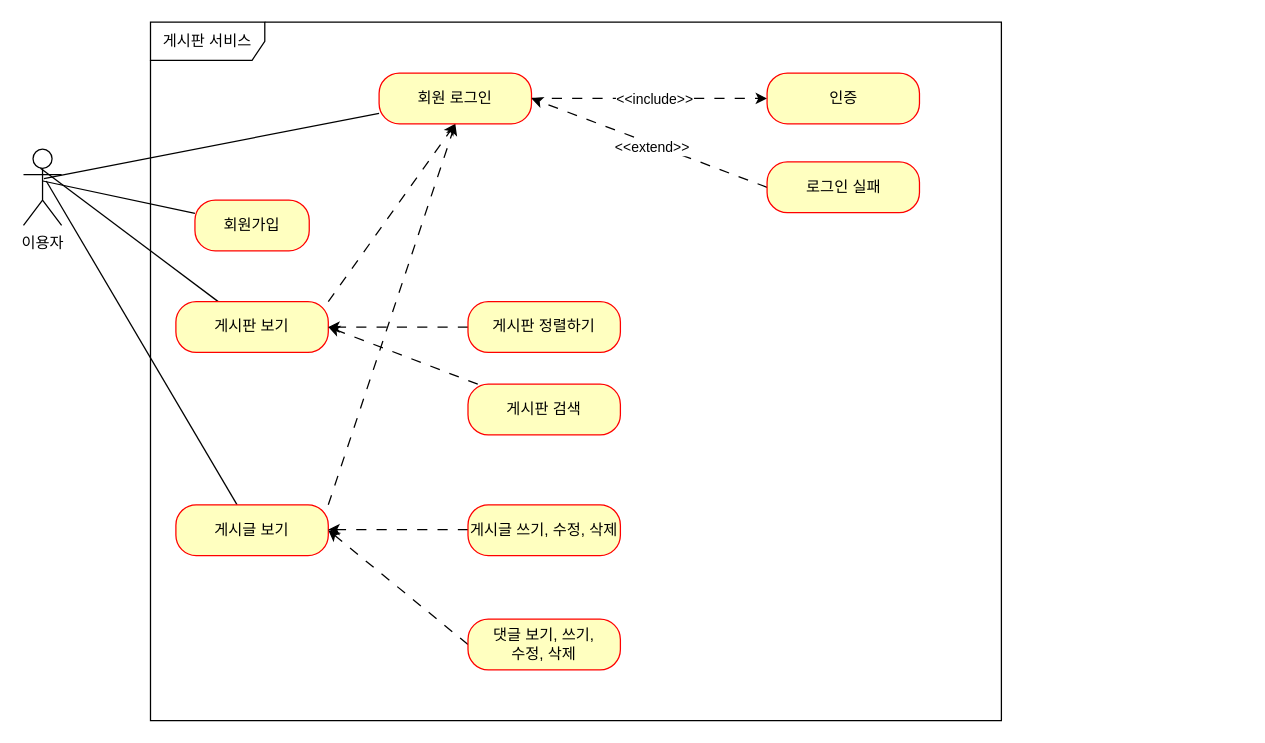
Before: document/제목 없는 다이어그램.drawio in mun9769/spring-board-project, a draw.io diagram. Source tidied: cells renumbered, new cells numbered last; positions are measured from the earlier drawing's top-left corner, leaving out a move shared by most shapes. Both pictures are drawn from the tidied source at 127%, with x=0, y=0 at pixel (23, 22).
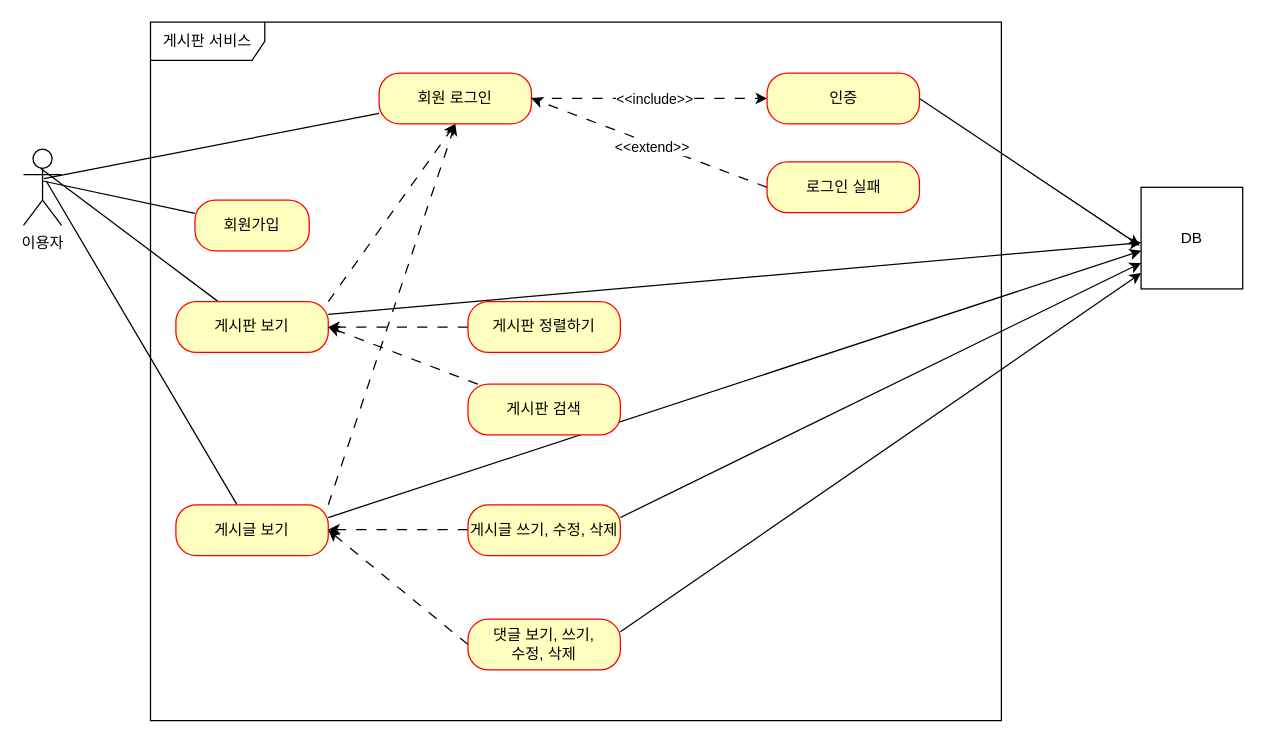
Above is the later version.

Commit message:
#5 - 게시판 서비스 유즈케이스 완성

diagrams.net 에서 유즈케이스 그림 완성하여 저장함

The change refers to these unchanged cells:
```xml
<mxCell id="8" value="게시판 보기" style="rounded=1;whiteSpace=wrap;html=1;arcSize=40;fontColor=#000000;fillColor=#ffffc0;strokeColor=#ff0000;" parent="1" vertex="1">
  <mxGeometry x="120" y="220" width="120" height="40" as="geometry" />
</mxCell>
<mxCell id="11" value="게시글 보기" style="rounded=1;whiteSpace=wrap;html=1;arcSize=40;fontColor=#000000;fillColor=#ffffc0;strokeColor=#ff0000;" parent="1" vertex="1">
  <mxGeometry x="120" y="380" width="120" height="40" as="geometry" />
</mxCell>
<mxCell id="16" value="인증" style="rounded=1;whiteSpace=wrap;html=1;arcSize=40;fontColor=#000000;fillColor=#ffffc0;strokeColor=#ff0000;" parent="1" vertex="1">
  <mxGeometry x="585.5" y="40" width="120" height="40" as="geometry" />
</mxCell>
<mxCell id="25" value="게시글 쓰기, 수정, 삭제" style="rounded=1;whiteSpace=wrap;html=1;arcSize=40;fontColor=#000000;fillColor=#ffffc0;strokeColor=#ff0000;" parent="1" vertex="1">
  <mxGeometry x="350" y="380" width="120" height="40" as="geometry" />
</mxCell>
<mxCell id="27" value="댓글 보기, 쓰기, &lt;br&gt;수정, 삭제" style="rounded=1;whiteSpace=wrap;html=1;arcSize=40;fontColor=#000000;fillColor=#ffffc0;strokeColor=#ff0000;" parent="1" vertex="1">
  <mxGeometry x="350" y="470" width="120" height="40" as="geometry" />
</mxCell>
```

Change to the diagram source:
```diff
@@
+    <mxCell id="28" style="edgeStyle=none;shape=connector;rounded=0;jettySize=auto;html=1;exitX=1;exitY=0.25;exitDx=0;exitDy=0;labelBackgroundColor=default;strokeColor=default;fontFamily=Helvetica;fontSize=11;fontColor=default;endArrow=classic;" parent="1" edge="1" source="8" target="33">
+      <mxGeometry relative="1" as="geometry" />
+    </mxCell>
@@
+    <mxCell id="29" style="edgeStyle=none;shape=connector;rounded=0;jettySize=auto;html=1;exitX=1;exitY=0.25;exitDx=0;exitDy=0;labelBackgroundColor=default;strokeColor=default;fontFamily=Helvetica;fontSize=11;fontColor=default;endArrow=classic;" parent="1" edge="1" source="11">
+      <mxGeometry relative="1" as="geometry">
+        <mxPoint x="880" y="180" as="targetPoint" />
+      </mxGeometry>
+    </mxCell>
@@
+    <mxCell id="30" style="rounded=0;jettySize=auto;html=1;entryX=-0.013;entryY=0.574;entryDx=0;entryDy=0;entryPerimeter=0;exitX=1;exitY=0.5;exitDx=0;exitDy=0;" parent="1" edge="1" source="16" target="33">
+      <mxGeometry relative="1" as="geometry" />
+    </mxCell>
@@
+    <mxCell id="31" style="edgeStyle=none;shape=connector;rounded=0;jettySize=auto;html=1;exitX=1;exitY=0.25;exitDx=0;exitDy=0;labelBackgroundColor=default;strokeColor=default;fontFamily=Helvetica;fontSize=11;fontColor=default;endArrow=classic;" parent="1" edge="1" source="25" target="33">
+      <mxGeometry relative="1" as="geometry" />
+    </mxCell>
@@
+    <mxCell id="32" style="edgeStyle=none;shape=connector;rounded=0;jettySize=auto;html=1;exitX=1;exitY=0.25;exitDx=0;exitDy=0;labelBackgroundColor=default;strokeColor=default;fontFamily=Helvetica;fontSize=11;fontColor=default;endArrow=classic;" parent="1" edge="1" source="27" target="33">
+      <mxGeometry relative="1" as="geometry" />
+    </mxCell>
@@
+    <mxCell id="33" value="DB" style="html=1;whiteSpace=wrap;" parent="1" vertex="1">
+      <mxGeometry x="880" y="130" width="80" height="80" as="geometry" />
+    </mxCell>
```
